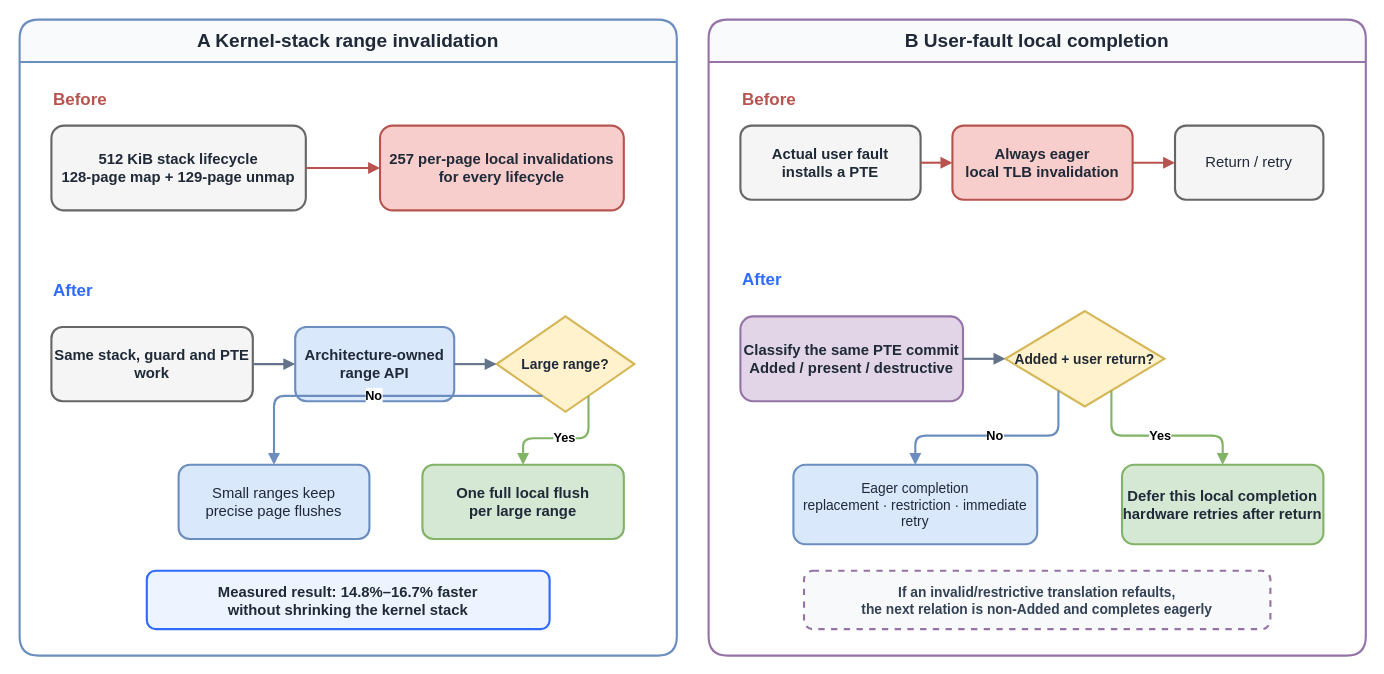
anemone-os/anemone keeps this draw.io diagram as report/buildstorm/assets/diagrams/tlb-optimization.drawio. Above is the earlier version. Source tidied: cells renumbered, new cells numbered last; positions are measured from the earlier drawing's top-left corner, leaving out a move shared by most shapes. Both pictures are drawn from the tidied source at 106%, with x=0, y=0 at pixel (19, 19).
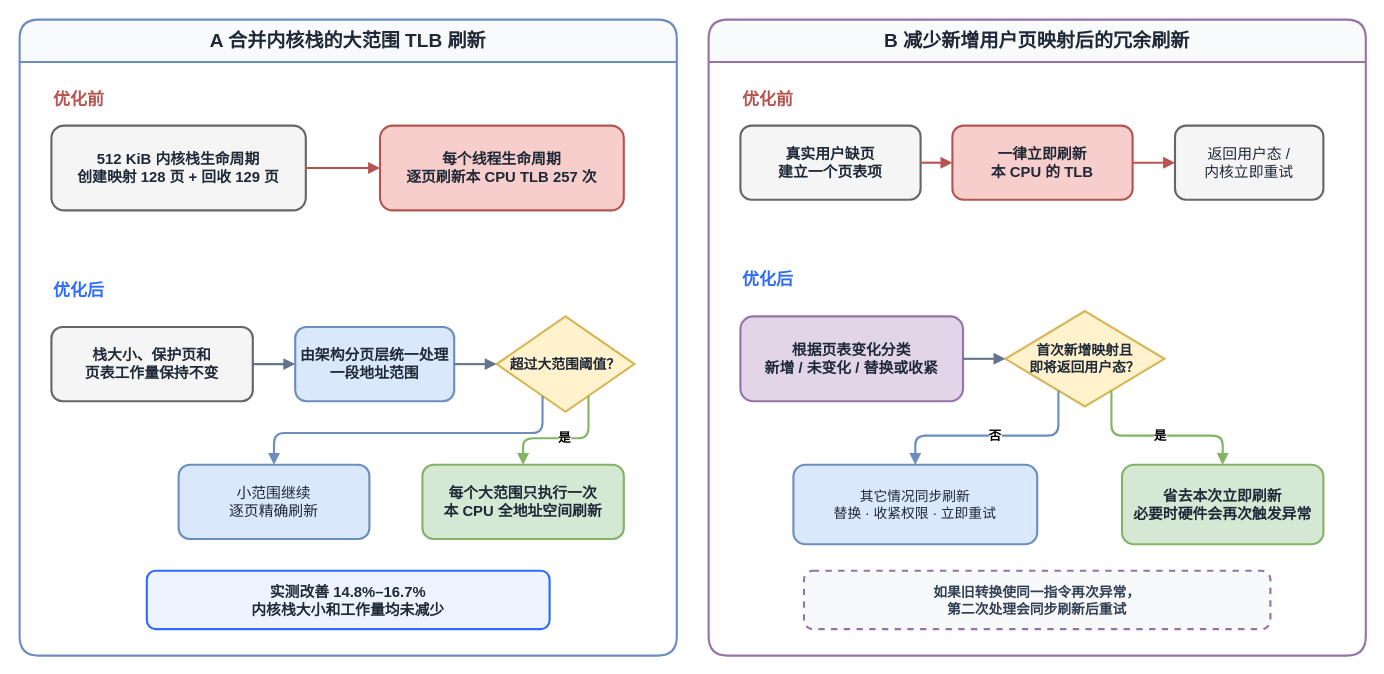
The same diagram, later.

The edit, as a diff of the source:
```diff
@@
-    <mxCell id="2" value="A  Kernel-stack range invalidation" style="swimlane;startSize=40;horizontal=1;whiteSpace=wrap;html=1;fillColor=#f8fafc;swimlaneFillColor=#ffffff;strokeColor=#6c8ebf;fontColor=#1f2937;fontSize=18;fontStyle=1;strokeWidth=2;rounded=1;" parent="1" vertex="1">
+    <mxCell id="2" value="A  合并内核栈的大范围 TLB 刷新" style="swimlane;startSize=40;horizontal=1;whiteSpace=wrap;html=1;fillColor=#f8fafc;swimlaneFillColor=#ffffff;strokeColor=#6c8ebf;fontColor=#1f2937;fontSize=18;fontStyle=1;strokeWidth=2;rounded=1;" parent="1" vertex="1">
       <mxGeometry width="620" height="600" as="geometry" />
     </mxCell>
-    <mxCell id="3" value="B  User-fault local completion" style="swimlane;startSize=40;horizontal=1;whiteSpace=wrap;html=1;fillColor=#f8fafc;swimlaneFillColor=#ffffff;strokeColor=#9673a6;fontColor=#1f2937;fontSize=18;fontStyle=1;strokeWidth=2;rounded=1;" parent="1" vertex="1">
-      <mxGeometry x="650" width="620" height="600" as="geometry" />
-    </mxCell>
-    <mxCell id="4" value="Before" style="text;html=1;align=left;verticalAlign=middle;whiteSpace=wrap;fontSize=16;fontStyle=1;fontColor=#b85450;" parent="2" vertex="1">
+    <mxCell id="4" value="优化前" style="text;html=1;align=left;verticalAlign=middle;whiteSpace=wrap;fontSize=16;fontStyle=1;fontColor=#b85450;" parent="2" vertex="1">
       <mxGeometry x="30" y="60" width="100" height="30" as="geometry" />
     </mxCell>
-    <mxCell id="5" value="512 KiB stack lifecycle&#10;128-page map + 129-page unmap" style="rounded=1;whiteSpace=wrap;html=1;fillColor=#f5f5f5;strokeColor=#666666;fontColor=#1f2937;fontSize=14;fontStyle=1;strokeWidth=2;" parent="2" vertex="1">
+    <mxCell id="5" value="512 KiB 内核栈生命周期&#10;创建映射 128 页 + 回收 129 页" style="rounded=1;whiteSpace=wrap;html=1;fillColor=#f5f5f5;strokeColor=#666666;fontColor=#1f2937;fontSize=14;fontStyle=1;strokeWidth=2;" parent="2" vertex="1">
       <mxGeometry x="30" y="100" width="240" height="80" as="geometry" />
     </mxCell>
-    <mxCell id="6" value="257 per-page local invalidations&#10;for every lifecycle" style="rounded=1;whiteSpace=wrap;html=1;fillColor=#f8cecc;strokeColor=#b85450;fontColor=#1f2937;fontSize=14;fontStyle=1;strokeWidth=2;" parent="2" vertex="1">
+    <mxCell id="6" value="每个线程生命周期&#10;逐页刷新本 CPU TLB 257 次" style="rounded=1;whiteSpace=wrap;html=1;fillColor=#f8cecc;strokeColor=#b85450;fontColor=#1f2937;fontSize=14;fontStyle=1;strokeWidth=2;" parent="2" vertex="1">
       <mxGeometry x="340" y="100" width="230" height="80" as="geometry" />
     </mxCell>
-    <mxCell id="7" value="After" style="text;html=1;align=left;verticalAlign=middle;whiteSpace=wrap;fontSize=16;fontStyle=1;fontColor=#2f6bff;" parent="2" vertex="1">
+    <mxCell id="7" value="优化后" style="text;html=1;align=left;verticalAlign=middle;whiteSpace=wrap;fontSize=16;fontStyle=1;fontColor=#2f6bff;" parent="2" vertex="1">
       <mxGeometry x="30" y="240" width="100" height="30" as="geometry" />
     </mxCell>
-    <mxCell id="8" value="Same stack, guard and PTE work" style="rounded=1;whiteSpace=wrap;html=1;fillColor=#f5f5f5;strokeColor=#666666;fontColor=#1f2937;fontSize=14;fontStyle=1;strokeWidth=2;" parent="2" vertex="1">
+    <mxCell id="8" value="栈大小、保护页和&#10;页表工作量保持不变" style="rounded=1;whiteSpace=wrap;html=1;fillColor=#f5f5f5;strokeColor=#666666;fontColor=#1f2937;fontSize=14;fontStyle=1;strokeWidth=2;" parent="2" vertex="1">
       <mxGeometry x="30" y="290" width="190" height="70" as="geometry" />
     </mxCell>
-    <mxCell id="9" value="Architecture-owned&#10;range API" style="rounded=1;whiteSpace=wrap;html=1;fillColor=#dae8fc;strokeColor=#6c8ebf;fontColor=#1f2937;fontSize=14;fontStyle=1;strokeWidth=2;" parent="2" vertex="1">
+    <mxCell id="9" value="由架构分页层统一处理&#10;一段地址范围" style="rounded=1;whiteSpace=wrap;html=1;fillColor=#dae8fc;strokeColor=#6c8ebf;fontColor=#1f2937;fontSize=14;fontStyle=1;strokeWidth=2;" parent="2" vertex="1">
       <mxGeometry x="260" y="290" width="150" height="70" as="geometry" />
     </mxCell>
-    <mxCell id="10" value="Large range?" style="rhombus;whiteSpace=wrap;html=1;fillColor=#fff2cc;strokeColor=#d6b656;fontColor=#1f2937;fontSize=13;fontStyle=1;strokeWidth=2;" parent="2" vertex="1">
+    <mxCell id="10" value="超过大范围阈值？" style="rhombus;whiteSpace=wrap;html=1;fillColor=#fff2cc;strokeColor=#d6b656;fontColor=#1f2937;fontSize=13;fontStyle=1;strokeWidth=2;" parent="2" vertex="1">
       <mxGeometry x="450" y="280" width="130" height="90" as="geometry" />
     </mxCell>
-    <mxCell id="11" value="One full local flush&#10;per large range" style="rounded=1;whiteSpace=wrap;html=1;fillColor=#d5e8d4;strokeColor=#82b366;fontColor=#1f2937;fontSize=14;fontStyle=1;strokeWidth=2;" parent="2" vertex="1">
+    <mxCell id="11" value="每个大范围只执行一次&#10;本 CPU 全地址空间刷新" style="rounded=1;whiteSpace=wrap;html=1;fillColor=#d5e8d4;strokeColor=#82b366;fontColor=#1f2937;fontSize=14;fontStyle=1;strokeWidth=2;" parent="2" vertex="1">
       <mxGeometry x="380" y="420" width="190" height="70" as="geometry" />
     </mxCell>
-    <mxCell id="12" value="Small ranges keep&#10;precise page flushes" style="rounded=1;whiteSpace=wrap;html=1;fillColor=#dae8fc;strokeColor=#6c8ebf;fontColor=#1f2937;fontSize=14;strokeWidth=2;" parent="2" vertex="1">
+    <mxCell id="12" value="小范围继续&#10;逐页精确刷新" style="rounded=1;whiteSpace=wrap;html=1;fillColor=#dae8fc;strokeColor=#6c8ebf;fontColor=#1f2937;fontSize=14;strokeWidth=2;" parent="2" vertex="1">
       <mxGeometry x="150" y="420" width="180" height="70" as="geometry" />
     </mxCell>
-    <mxCell id="13" value="Measured result: 14.8%–16.7% faster&#10;without shrinking the kernel stack" style="rounded=1;whiteSpace=wrap;html=1;fillColor=#eef4ff;strokeColor=#2f6bff;fontColor=#1f2937;fontSize=14;fontStyle=1;strokeWidth=2;" parent="2" vertex="1">
+    <mxCell id="13" value="实测改善 14.8%–16.7%&#10;内核栈大小和工作量均未减少" style="rounded=1;whiteSpace=wrap;html=1;fillColor=#eef4ff;strokeColor=#2f6bff;fontColor=#1f2937;fontSize=14;fontStyle=1;strokeWidth=2;" parent="2" vertex="1">
       <mxGeometry x="120" y="520" width="380" height="55" as="geometry" />
     </mxCell>
+    <mxCell id="24" style="edgeStyle=orthogonalEdgeStyle;rounded=1;jettySize=auto;html=1;strokeColor=#b85450;strokeWidth=2;endArrow=block;endFill=1;exitX=1;exitY=0.5;entryX=0;entryY=0.5;" parent="2" edge="1" source="5" target="6">
+      <mxGeometry relative="1" as="geometry" />
+    </mxCell>
+    <mxCell id="25" style="edgeStyle=orthogonalEdgeStyle;rounded=1;jettySize=auto;html=1;strokeColor=#64748b;strokeWidth=2;endArrow=block;endFill=1;exitX=1;exitY=0.5;entryX=0;entryY=0.5;" parent="2" edge="1" source="8" target="9">
+      <mxGeometry relative="1" as="geometry" />
+    </mxCell>
+    <mxCell id="26" style="edgeStyle=orthogonalEdgeStyle;rounded=1;jettySize=auto;html=1;strokeColor=#64748b;strokeWidth=2;endArrow=block;endFill=1;exitX=1;exitY=0.5;entryX=0;entryY=0.5;" parent="2" edge="1" source="9" target="10">
+      <mxGeometry relative="1" as="geometry" />
+    </mxCell>
+    <mxCell id="27" value="是" style="edgeStyle=orthogonalEdgeStyle;rounded=1;jettySize=auto;html=1;strokeColor=#82b366;strokeWidth=2;endArrow=block;endFill=1;exitX=0.75;exitY=1;entryX=0.5;entryY=0;labelBackgroundColor=#ffffff;fontSize=12;fontStyle=1;" parent="2" edge="1" source="10" target="11">
+      <mxGeometry relative="1" as="geometry" />
+    </mxCell>
+    <mxCell id="28" style="edgeStyle=orthogonalEdgeStyle;rounded=1;jettySize=auto;html=1;strokeColor=#6c8ebf;strokeWidth=2;endArrow=block;endFill=1;exitX=0.25;exitY=1;entryX=0.5;entryY=0;labelBackgroundColor=#ffffff;fontSize=12;fontStyle=1;" parent="2" edge="1" source="10" target="12">
+      <mxGeometry relative="1" as="geometry">
+        <Array as="points">
+          <mxPoint x="493.3" y="390" />
+          <mxPoint x="240" y="390" />
+        </Array>
+      </mxGeometry>
+    </mxCell>
+    <mxCell id="3" value="B  减少新增用户页映射后的冗余刷新" style="swimlane;startSize=40;horizontal=1;whiteSpace=wrap;html=1;fillColor=#f8fafc;swimlaneFillColor=#ffffff;strokeColor=#9673a6;fontColor=#1f2937;fontSize=18;fontStyle=1;strokeWidth=2;rounded=1;" parent="1" vertex="1">
+      <mxGeometry x="650" width="620" height="600" as="geometry" />
+    </mxCell>
-    <mxCell id="14" value="Before" style="text;html=1;align=left;verticalAlign=middle;whiteSpace=wrap;fontSize=16;fontStyle=1;fontColor=#b85450;" parent="3" vertex="1">
+    <mxCell id="14" value="优化前" style="text;html=1;align=left;verticalAlign=middle;whiteSpace=wrap;fontSize=16;fontStyle=1;fontColor=#b85450;" parent="3" vertex="1">
       <mxGeometry x="30" y="60" width="100" height="30" as="geometry" />
     </mxCell>
-    <mxCell id="15" value="Actual user fault&#10;installs a PTE" style="rounded=1;whiteSpace=wrap;html=1;fillColor=#f5f5f5;strokeColor=#666666;fontColor=#1f2937;fontSize=14;fontStyle=1;strokeWidth=2;" parent="3" vertex="1">
+    <mxCell id="15" value="真实用户缺页&#10;建立一个页表项" style="rounded=1;whiteSpace=wrap;html=1;fillColor=#f5f5f5;strokeColor=#666666;fontColor=#1f2937;fontSize=14;fontStyle=1;strokeWidth=2;" parent="3" vertex="1">
       <mxGeometry x="30" y="100" width="170" height="70" as="geometry" />
     </mxCell>
-    <mxCell id="16" value="Always eager&#10;local TLB invalidation" style="rounded=1;whiteSpace=wrap;html=1;fillColor=#f8cecc;strokeColor=#b85450;fontColor=#1f2937;fontSize=14;fontStyle=1;strokeWidth=2;" parent="3" vertex="1">
+    <mxCell id="16" value="一律立即刷新&#10;本 CPU 的 TLB" style="rounded=1;whiteSpace=wrap;html=1;fillColor=#f8cecc;strokeColor=#b85450;fontColor=#1f2937;fontSize=14;fontStyle=1;strokeWidth=2;" parent="3" vertex="1">
       <mxGeometry x="230" y="100" width="170" height="70" as="geometry" />
     </mxCell>
-    <mxCell id="17" value="Return / retry" style="rounded=1;whiteSpace=wrap;html=1;fillColor=#f5f5f5;strokeColor=#666666;fontColor=#1f2937;fontSize=14;strokeWidth=2;" parent="3" vertex="1">
+    <mxCell id="17" value="返回用户态 /&#10;内核立即重试" style="rounded=1;whiteSpace=wrap;html=1;fillColor=#f5f5f5;strokeColor=#666666;fontColor=#1f2937;fontSize=14;strokeWidth=2;" parent="3" vertex="1">
       <mxGeometry x="440" y="100" width="140" height="70" as="geometry" />
     </mxCell>
-    <mxCell id="18" value="After" style="text;html=1;align=left;verticalAlign=middle;whiteSpace=wrap;fontSize=16;fontStyle=1;fontColor=#2f6bff;" parent="3" vertex="1">
+    <mxCell id="18" value="优化后" style="text;html=1;align=left;verticalAlign=middle;whiteSpace=wrap;fontSize=16;fontStyle=1;fontColor=#2f6bff;" parent="3" vertex="1">
       <mxGeometry x="30" y="230" width="100" height="30" as="geometry" />
     </mxCell>
-    <mxCell id="19" value="Classify the same PTE commit&#10;Added / present / destructive" style="rounded=1;whiteSpace=wrap;html=1;fillColor=#e1d5e7;strokeColor=#9673a6;fontColor=#1f2937;fontSize=14;fontStyle=1;strokeWidth=2;" parent="3" vertex="1">
+    <mxCell id="19" value="根据页表变化分类&#10;新增 / 未变化 / 替换或收紧" style="rounded=1;whiteSpace=wrap;html=1;fillColor=#e1d5e7;strokeColor=#9673a6;fontColor=#1f2937;fontSize=14;fontStyle=1;strokeWidth=2;" parent="3" vertex="1">
       <mxGeometry x="30" y="280" width="210" height="80" as="geometry" />
     </mxCell>
-    <mxCell id="20" value="Added + user return?" style="rhombus;whiteSpace=wrap;html=1;fillColor=#fff2cc;strokeColor=#d6b656;fontColor=#1f2937;fontSize=13;fontStyle=1;strokeWidth=2;" parent="3" vertex="1">
+    <mxCell id="20" value="首次新增映射且&#10;即将返回用户态？" style="rhombus;whiteSpace=wrap;html=1;fillColor=#fff2cc;strokeColor=#d6b656;fontColor=#1f2937;fontSize=13;fontStyle=1;strokeWidth=2;" parent="3" vertex="1">
       <mxGeometry x="280" y="275" width="150" height="90" as="geometry" />
     </mxCell>
-    <mxCell id="21" value="Defer this local completion&#10;hardware retries after return" style="rounded=1;whiteSpace=wrap;html=1;fillColor=#d5e8d4;strokeColor=#82b366;fontColor=#1f2937;fontSize=14;fontStyle=1;strokeWidth=2;" parent="3" vertex="1">
+    <mxCell id="21" value="省去本次立即刷新&#10;必要时硬件会再次触发异常" style="rounded=1;whiteSpace=wrap;html=1;fillColor=#d5e8d4;strokeColor=#82b366;fontColor=#1f2937;fontSize=14;fontStyle=1;strokeWidth=2;" parent="3" vertex="1">
       <mxGeometry x="390" y="420" width="190" height="75" as="geometry" />
     </mxCell>
-    <mxCell id="22" value="Eager completion&#10;replacement · restriction · immediate retry" style="rounded=1;whiteSpace=wrap;html=1;fillColor=#dae8fc;strokeColor=#6c8ebf;fontColor=#1f2937;fontSize=13;strokeWidth=2;" parent="3" vertex="1">
+    <mxCell id="22" value="其它情况同步刷新&#10;替换 · 收紧权限 · 立即重试" style="rounded=1;whiteSpace=wrap;html=1;fillColor=#dae8fc;strokeColor=#6c8ebf;fontColor=#1f2937;fontSize=13;strokeWidth=2;" parent="3" vertex="1">
       <mxGeometry x="80" y="420" width="230" height="75" as="geometry" />
     </mxCell>
-    <mxCell id="23" value="If an invalid/restrictive translation refaults,&#10;the next relation is non-Added and completes eagerly" style="rounded=1;whiteSpace=wrap;html=1;fillColor=#f8f9fb;strokeColor=#9673a6;fontColor=#334155;fontSize=13;fontStyle=1;strokeWidth=2;dashed=1;" parent="3" vertex="1">
+    <mxCell id="23" value="如果旧转换使同一指令再次异常，&#10;第二次处理会同步刷新后重试" style="rounded=1;whiteSpace=wrap;html=1;fillColor=#f8f9fb;strokeColor=#9673a6;fontColor=#334155;fontSize=13;fontStyle=1;strokeWidth=2;dashed=1;" parent="3" vertex="1">
       <mxGeometry x="90" y="520" width="440" height="55" as="geometry" />
     </mxCell>
-    <mxCell id="24" style="edgeStyle=orthogonalEdgeStyle;rounded=1;jettySize=auto;html=1;strokeColor=#b85450;strokeWidth=2;endArrow=block;endFill=1;exitX=1;exitY=0.5;entryX=0;entryY=0.5;" parent="2" edge="1" source="5" target="6">
-      <mxGeometry relative="1" as="geometry" />
-    </mxCell>
-    <mxCell id="25" style="edgeStyle=orthogonalEdgeStyle;rounded=1;jettySize=auto;html=1;strokeColor=#64748b;strokeWidth=2;endArrow=block;endFill=1;exitX=1;exitY=0.5;entryX=0;entryY=0.5;" parent="2" edge="1" source="8" target="9">
-      <mxGeometry relative="1" as="geometry" />
-    </mxCell>
-    <mxCell id="26" style="edgeStyle=orthogonalEdgeStyle;rounded=1;jettySize=auto;html=1;strokeColor=#64748b;strokeWidth=2;endArrow=block;endFill=1;exitX=1;exitY=0.5;entryX=0;entryY=0.5;" parent="2" edge="1" source="9" target="10">
-      <mxGeometry relative="1" as="geometry" />
-    </mxCell>
-    <mxCell id="27" value="Yes" style="edgeStyle=orthogonalEdgeStyle;rounded=1;jettySize=auto;html=1;strokeColor=#82b366;strokeWidth=2;endArrow=block;endFill=1;exitX=0.75;exitY=1;entryX=0.5;entryY=0;labelBackgroundColor=#ffffff;fontSize=12;fontStyle=1;" parent="2" edge="1" source="10" target="11">
-      <mxGeometry relative="1" as="geometry" />
-    </mxCell>
-    <mxCell id="28" value="No" style="edgeStyle=orthogonalEdgeStyle;rounded=1;jettySize=auto;html=1;strokeColor=#6c8ebf;strokeWidth=2;endArrow=block;endFill=1;exitX=0.25;exitY=1;entryX=0.5;entryY=0;labelBackgroundColor=#ffffff;fontSize=12;fontStyle=1;" parent="2" edge="1" source="10" target="12">
-      <mxGeometry relative="1" as="geometry" />
-    </mxCell>
@@
-    <mxCell id="32" value="Yes" style="edgeStyle=orthogonalEdgeStyle;rounded=1;jettySize=auto;html=1;strokeColor=#82b366;strokeWidth=2;endArrow=block;endFill=1;exitX=0.75;exitY=1;entryX=0.5;entryY=0;labelBackgroundColor=#ffffff;fontSize=12;fontStyle=1;" parent="3" edge="1" source="20" target="21">
+    <mxCell id="32" value="是" style="edgeStyle=orthogonalEdgeStyle;rounded=1;jettySize=auto;html=1;strokeColor=#82b366;strokeWidth=2;endArrow=block;endFill=1;exitX=0.75;exitY=1;entryX=0.5;entryY=0;labelBackgroundColor=#ffffff;fontSize=12;fontStyle=1;" parent="3" edge="1" source="20" target="21">
       <mxGeometry relative="1" as="geometry" />
     </mxCell>
-    <mxCell id="33" value="No" style="edgeStyle=orthogonalEdgeStyle;rounded=1;jettySize=auto;html=1;strokeColor=#6c8ebf;strokeWidth=2;endArrow=block;endFill=1;exitX=0.25;exitY=1;entryX=0.5;entryY=0;labelBackgroundColor=#ffffff;fontSize=12;fontStyle=1;" parent="3" edge="1" source="20" target="22">
+    <mxCell id="33" value="否" style="edgeStyle=orthogonalEdgeStyle;rounded=1;jettySize=auto;html=1;strokeColor=#6c8ebf;strokeWidth=2;endArrow=block;endFill=1;exitX=0.25;exitY=1;entryX=0.5;entryY=0;labelBackgroundColor=#ffffff;fontSize=12;fontStyle=1;" parent="3" edge="1" source="20" target="22">
       <mxGeometry relative="1" as="geometry" />
     </mxCell>
```
